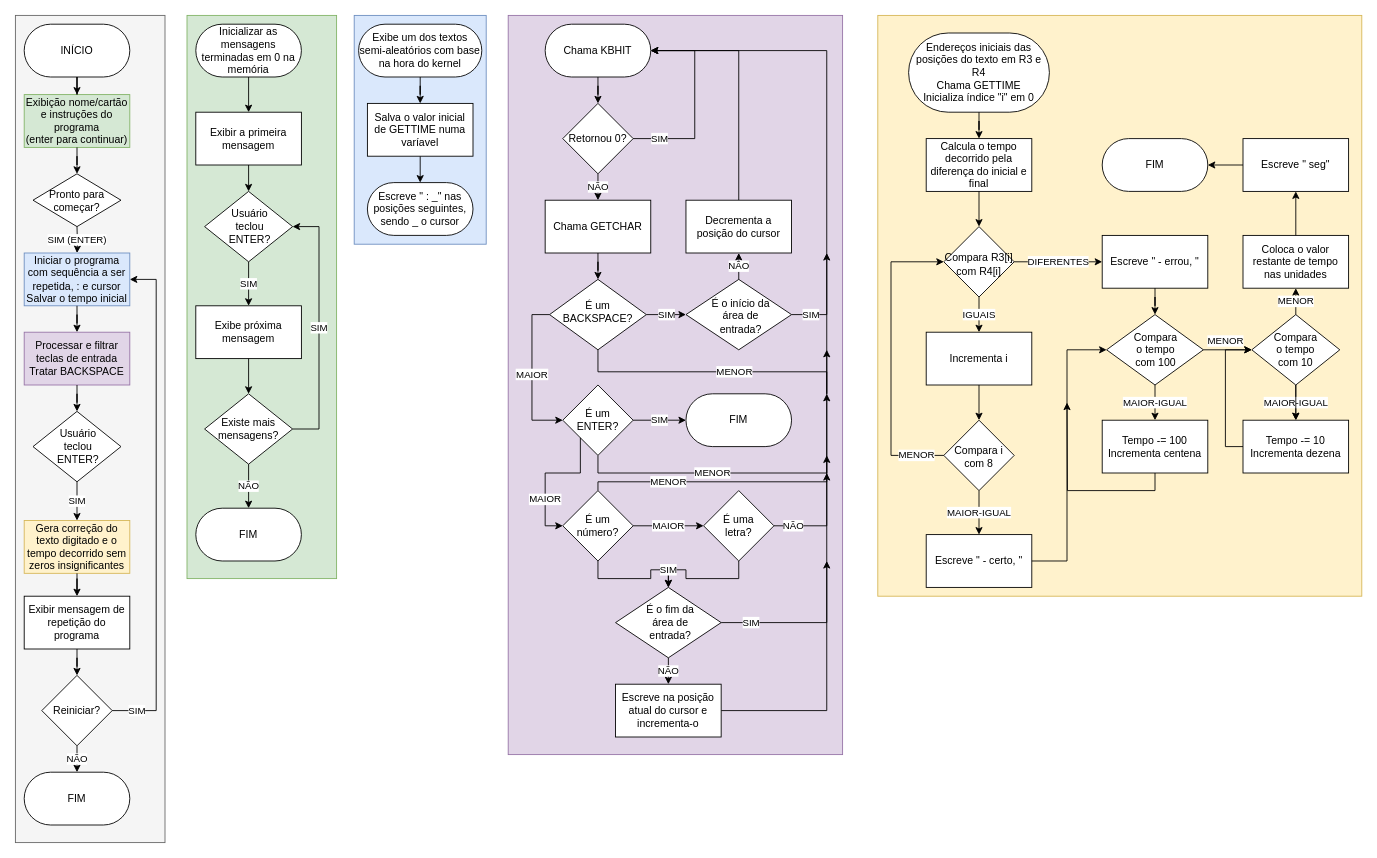
Before: Fluxograma/TrabalhoCesa1aParte_19_1.drawio in gabrielluizcm/TrabalhoCesar1aParte_19_1, a draw.io diagram. Source tidied: cells renumbered, new cells numbered last; positions are measured from the earlier drawing's top-left corner, leaving out a move shared by most shapes. Both pictures are drawn from the tidied source at 88%, with x=0, y=0 at pixel (15, 15).
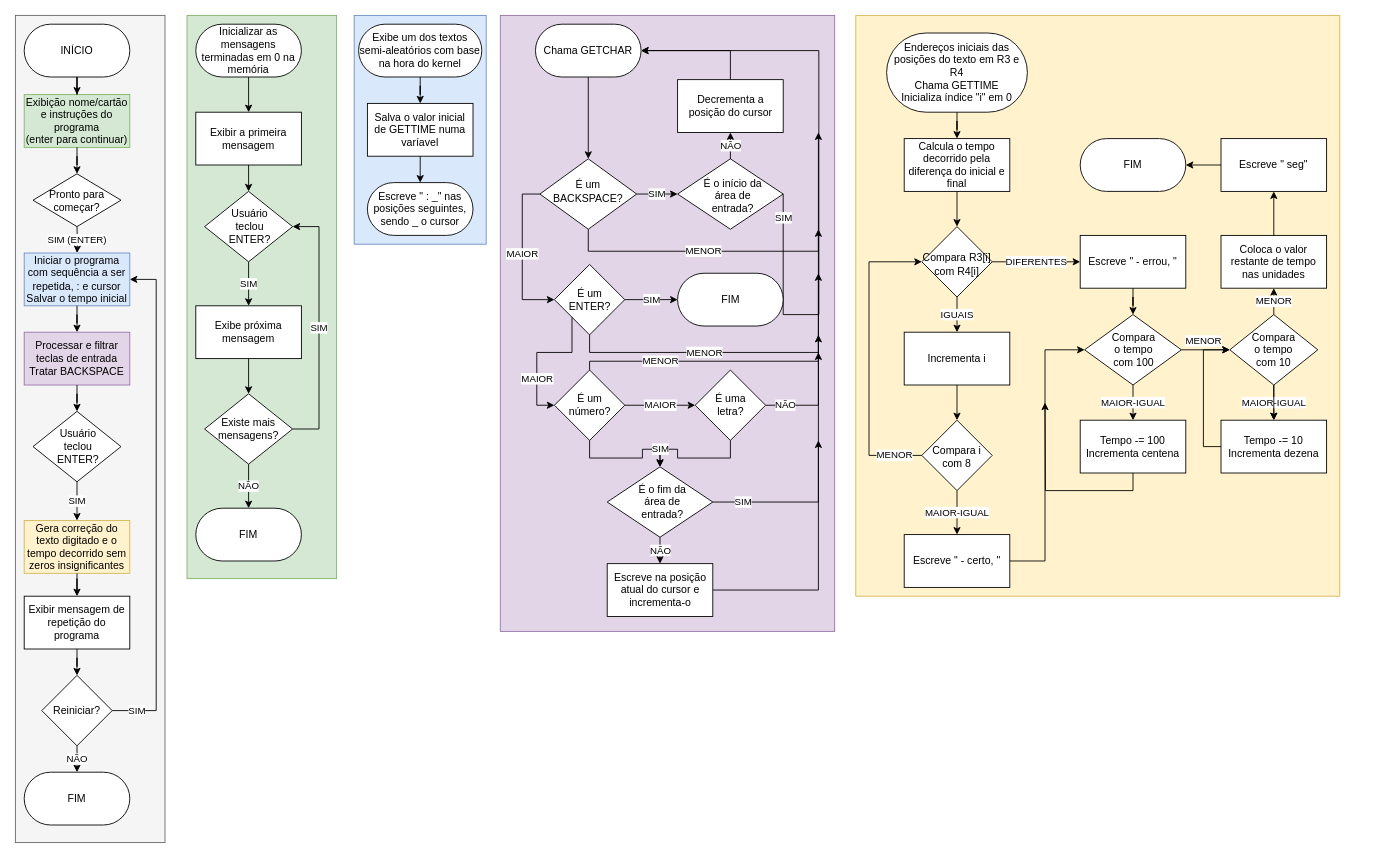
After the change.

Change to the diagram source:
```diff
@@
     <mxCell id="21" style="group;fillColor=#e1d5e7;strokeColor=#9673a6;" parent="1" vertex="1">
-      <mxGeometry x="560" width="380" height="840" as="geometry" />
+      <mxGeometry x="551" width="380" height="700" as="geometry" />
     </mxCell>
+    <mxCell id="109" style="edgeStyle=orthogonalEdgeStyle;rounded=0;jettySize=auto;html=1;exitX=0.5;exitY=1;exitDx=0;exitDy=0;entryX=0.5;entryY=0;entryDx=0;entryDy=0;" parent="21" edge="1" source="22" target="29">
+      <mxGeometry relative="1" as="geometry" />
+    </mxCell>
-    <mxCell id="22" value="Chama KBHIT" style="rounded=1;whiteSpace=wrap;html=1;arcSize=50;" parent="21" vertex="1">
-      <mxGeometry x="42" y="10" width="120" height="60" as="geometry" />
+    <mxCell id="22" value="Chama GETCHAR" style="rounded=1;whiteSpace=wrap;html=1;arcSize=50;" parent="21" vertex="1">
+      <mxGeometry x="40" y="10" width="120" height="60" as="geometry" />
     </mxCell>
-    <mxCell id="23" value="SIM" style="edgeStyle=orthogonalEdgeStyle;rounded=0;jettySize=auto;html=1;exitX=1;exitY=0.5;exitDx=0;exitDy=0;entryX=1;entryY=0.5;entryDx=0;entryDy=0;" parent="21" edge="1" source="24" target="22">
-      <mxGeometry x="-0.73" relative="1" as="geometry">
-        <Array as="points">
-          <mxPoint x="212" y="140" />
-          <mxPoint x="212" y="40" />
-        </Array>
-      </mxGeometry>
-    </mxCell>
-    <mxCell id="24" value="Retornou 0?" style="rhombus;whiteSpace=wrap;html=1;" parent="21" vertex="1">
-      <mxGeometry x="62" y="100" width="80" height="80" as="geometry" />
-    </mxCell>
-    <mxCell id="25" style="edgeStyle=orthogonalEdgeStyle;rounded=0;jettySize=auto;html=1;exitX=0.5;exitY=1;exitDx=0;exitDy=0;" parent="21" edge="1" source="22" target="24">
-      <mxGeometry relative="1" as="geometry" />
-    </mxCell>
-    <mxCell id="26" value="Chama GETCHAR&lt;br&gt;" style="rounded=0;whiteSpace=wrap;html=1;" parent="21" vertex="1">
-      <mxGeometry x="42" y="210" width="120" height="60" as="geometry" />
-    </mxCell>
-    <mxCell id="27" value="NÃO" style="edgeStyle=orthogonalEdgeStyle;rounded=0;jettySize=auto;html=1;exitX=0.5;exitY=1;exitDx=0;exitDy=0;" parent="21" edge="1" source="24" target="26">
-      <mxGeometry relative="1" as="geometry" />
-    </mxCell>
     <mxCell id="28" value="MENOR" style="edgeStyle=orthogonalEdgeStyle;rounded=0;jettySize=auto;html=1;exitX=0.5;exitY=1;exitDx=0;exitDy=0;" parent="21" edge="1" source="29">
       <mxGeometry relative="1" as="geometry">
-        <mxPoint x="362" y="380" as="targetPoint" />
+        <mxPoint x="361.5" y="243" as="targetPoint" />
         <Array as="points">
-          <mxPoint x="102" y="405" />
-          <mxPoint x="362" y="405" />
-          <mxPoint x="362" y="430" />
+          <mxPoint x="101.5" y="268" />
+          <mxPoint x="361.5" y="268" />
+          <mxPoint x="361.5" y="293" />
         </Array>
       </mxGeometry>
     </mxCell>
     <mxCell id="29" value="É um BACKSPACE?" style="rhombus;whiteSpace=wrap;html=1;spacingTop=-6;" parent="21" vertex="1">
-      <mxGeometry x="47" y="300" width="110" height="80" as="geometry" />
+      <mxGeometry x="45" y="163" width="110" height="80" as="geometry" />
     </mxCell>
-    <mxCell id="30" style="edgeStyle=orthogonalEdgeStyle;rounded=0;jettySize=auto;html=1;exitX=0.5;exitY=1;exitDx=0;exitDy=0;" parent="21" edge="1" source="26" target="29">
-      <mxGeometry relative="1" as="geometry" />
-    </mxCell>
@@
     <mxCell id="32" value="É o início da &lt;br&gt;área de &lt;br&gt;entrada?" style="rhombus;whiteSpace=wrap;html=1;spacingTop=3;spacingLeft=5;" parent="21" vertex="1">
-      <mxGeometry x="202" y="300" width="120" height="80" as="geometry" />
+      <mxGeometry x="201.5" y="163" width="120" height="80" as="geometry" />
     </mxCell>
@@
     <mxCell id="35" value="Decrementa a posição do cursor" style="rounded=0;whiteSpace=wrap;html=1;" parent="21" vertex="1">
-      <mxGeometry x="202" y="210" width="120" height="60" as="geometry" />
+      <mxGeometry x="201.5" y="73" width="120" height="60" as="geometry" />
     </mxCell>
@@
     <mxCell id="37" value="MENOR" style="edgeStyle=orthogonalEdgeStyle;rounded=0;jettySize=auto;html=1;exitX=0.5;exitY=1;exitDx=0;exitDy=0;" parent="21" edge="1" source="38">
       <mxGeometry relative="1" as="geometry">
-        <mxPoint x="362" y="500" as="targetPoint" />
+        <mxPoint x="361.5" y="363" as="targetPoint" />
         <Array as="points">
-          <mxPoint x="102" y="520" />
-          <mxPoint x="362" y="520" />
+          <mxPoint x="101.5" y="383" />
+          <mxPoint x="361.5" y="383" />
         </Array>
       </mxGeometry>
     </mxCell>
     <mxCell id="38" value="É um ENTER?" style="rhombus;whiteSpace=wrap;html=1;" parent="21" vertex="1">
-      <mxGeometry x="62" y="420" width="80" height="80" as="geometry" />
+      <mxGeometry x="61.5" y="283" width="80" height="80" as="geometry" />
     </mxCell>
@@
     <mxCell id="40" value="FIM" style="rounded=1;whiteSpace=wrap;html=1;arcSize=50;" parent="21" vertex="1">
-      <mxGeometry x="202" y="430" width="120" height="60" as="geometry" />
+      <mxGeometry x="201.5" y="293" width="120" height="60" as="geometry" />
     </mxCell>
@@
     <mxCell id="42" value="MENOR" style="edgeStyle=orthogonalEdgeStyle;rounded=0;jettySize=auto;html=1;exitX=0.5;exitY=0;exitDx=0;exitDy=0;" parent="21" edge="1" source="43">
       <mxGeometry x="-0.36" relative="1" as="geometry">
-        <mxPoint x="362" y="520" as="targetPoint" />
+        <mxPoint x="361.5" y="383" as="targetPoint" />
         <Array as="points">
-          <mxPoint x="102" y="530" />
-          <mxPoint x="362" y="530" />
+          <mxPoint x="101.5" y="393" />
+          <mxPoint x="361.5" y="393" />
         </Array>
       </mxGeometry>
     </mxCell>
     <mxCell id="43" value="É um número?" style="rhombus;whiteSpace=wrap;html=1;" parent="21" vertex="1">
-      <mxGeometry x="62" y="540" width="80" height="80" as="geometry" />
+      <mxGeometry x="61.5" y="403" width="80" height="80" as="geometry" />
     </mxCell>
@@
     <mxCell id="45" value="NÃO" style="edgeStyle=orthogonalEdgeStyle;rounded=0;jettySize=auto;html=1;exitX=1;exitY=0.5;exitDx=0;exitDy=0;" parent="21" edge="1" source="46">
       <mxGeometry x="-0.88" relative="1" as="geometry">
-        <mxPoint x="362" y="270" as="targetPoint" />
+        <mxPoint x="361.5" y="133" as="targetPoint" />
         <Array as="points">
-          <mxPoint x="362" y="580" />
+          <mxPoint x="361.5" y="443" />
         </Array>
       </mxGeometry>
     </mxCell>
     <mxCell id="46" value="É uma &lt;br&gt;letra?" style="rhombus;whiteSpace=wrap;html=1;" parent="21" vertex="1">
-      <mxGeometry x="222" y="540" width="80" height="80" as="geometry" />
+      <mxGeometry x="221.5" y="403" width="80" height="80" as="geometry" />
     </mxCell>
@@
     <mxCell id="48" value="SIM" style="edgeStyle=orthogonalEdgeStyle;rounded=0;jettySize=auto;html=1;exitX=1;exitY=0.5;exitDx=0;exitDy=0;" parent="21" edge="1" source="49">
       <mxGeometry x="-0.82" relative="1" as="geometry">
-        <mxPoint x="362" y="430" as="targetPoint" />
+        <mxPoint x="361.5" y="293" as="targetPoint" />
         <Array as="points">
-          <mxPoint x="362" y="690" />
-          <mxPoint x="362" y="440" />
+          <mxPoint x="361.5" y="553" />
+          <mxPoint x="361.5" y="303" />
         </Array>
       </mxGeometry>
     </mxCell>
     <mxCell id="49" value="É o fim da &lt;br&gt;área de &lt;br&gt;entrada?" style="rhombus;whiteSpace=wrap;html=1;rounded=0;spacingLeft=5;" parent="21" vertex="1">
-      <mxGeometry x="122" y="650" width="120" height="80" as="geometry" />
+      <mxGeometry x="121.5" y="513" width="120" height="80" as="geometry" />
     </mxCell>
@@
     <mxCell id="52" style="edgeStyle=orthogonalEdgeStyle;rounded=0;jettySize=auto;html=1;exitX=1;exitY=0.5;exitDx=0;exitDy=0;" parent="21" edge="1" source="53">
       <mxGeometry relative="1" as="geometry">
-        <mxPoint x="362" y="620" as="targetPoint" />
+        <mxPoint x="361.5" y="483" as="targetPoint" />
         <Array as="points">
-          <mxPoint x="362" y="790" />
+          <mxPoint x="361.5" y="653" />
         </Array>
       </mxGeometry>
     </mxCell>
     <mxCell id="53" value="Escreve na posição atual do cursor e incrementa-o" style="rounded=0;whiteSpace=wrap;html=1;" parent="21" vertex="1">
-      <mxGeometry x="122" y="760" width="120" height="60" as="geometry" />
+      <mxGeometry x="121.5" y="623" width="120" height="60" as="geometry" />
     </mxCell>
@@
     <mxCell id="76" style="group;fillColor=#fff2cc;strokeColor=#d6b656;" parent="1" vertex="1">
-      <mxGeometry x="980" width="550" height="660" as="geometry" />
+      <mxGeometry x="955" width="550" height="660" as="geometry" />
     </mxCell>
```
